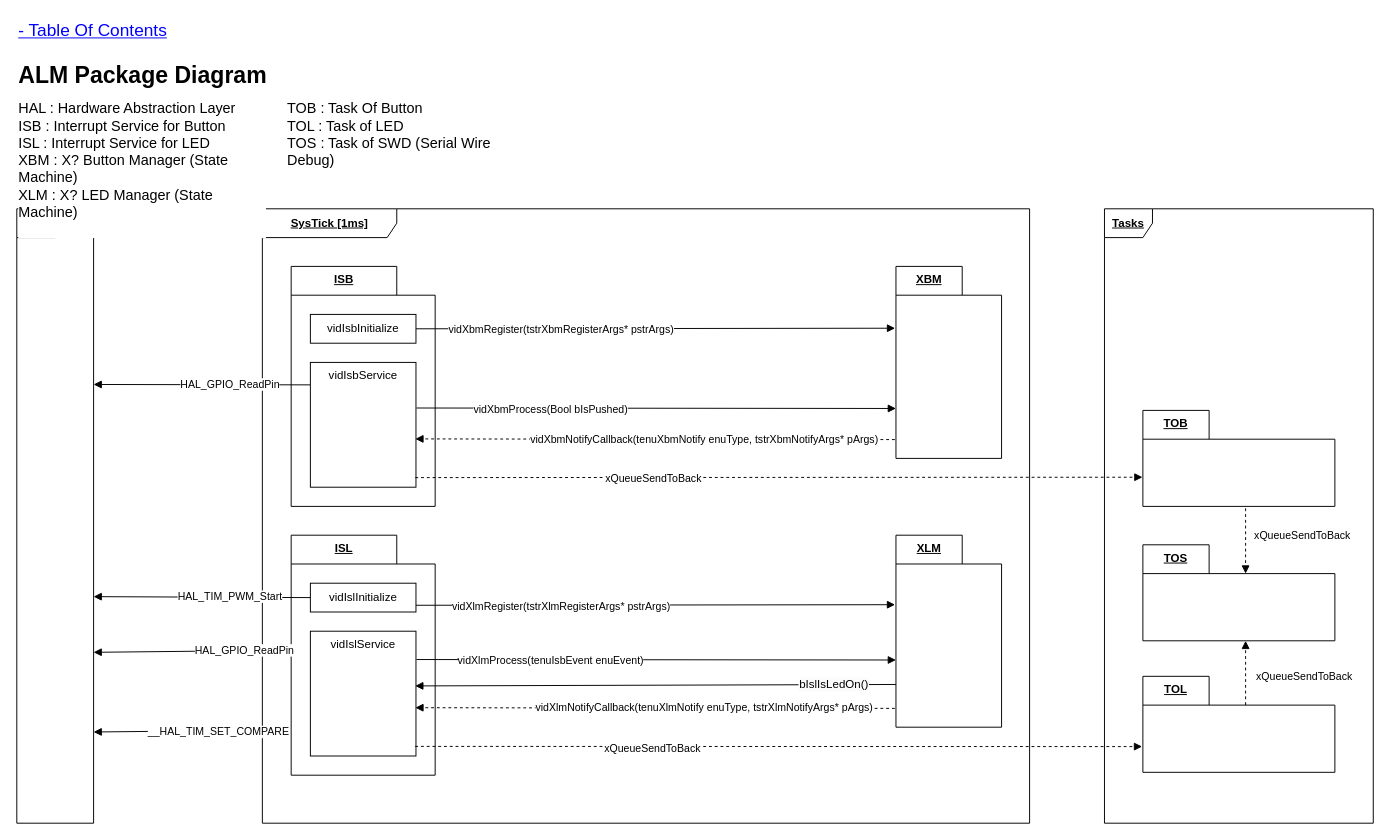
gtuja/CSC_MS keeps this draw.io diagram as page "PackageDiagram" (4 of 16) of Resources/Part2/Part2_ALM_Diagram.drawio. Above is the earlier version. Source tidied: cells renumbered, new cells numbered last; positions are measured from the earlier drawing's top-left corner, leaving out a move shared by most shapes. Both pictures are drawn from the tidied source at 96%, with x=0, y=0 at pixel (16, 16).
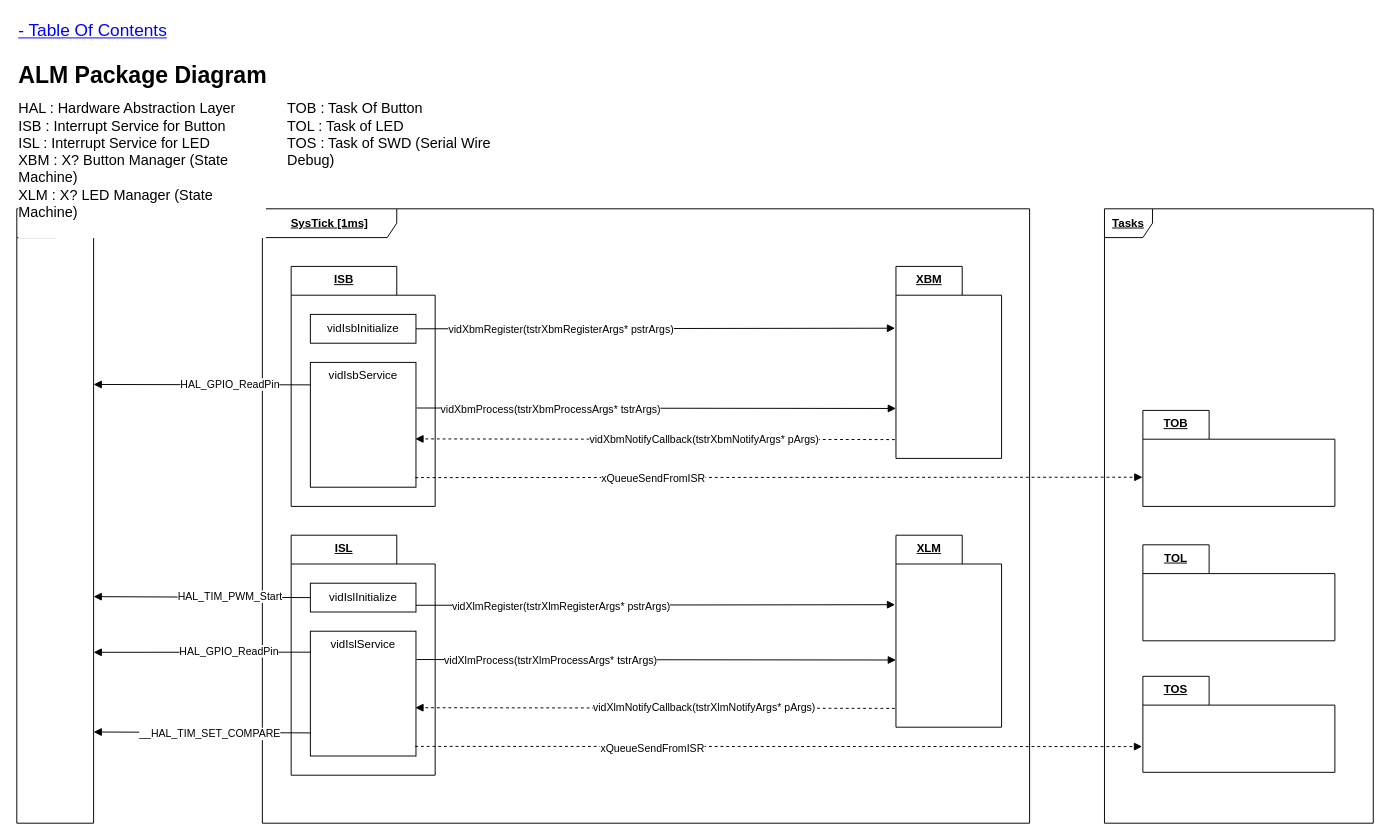
Above is the later version.

Unchanged cells that the change refers to:
```xml
<mxCell id="3" value="SysTick [1ms]" style="shape=umlFrame;whiteSpace=wrap;html=1;width=140;height=30;fontFamily=Calibri;fontStyle=5;" parent="1" vertex="1">
  <mxGeometry x="255.8" y="200" width="799.2" height="640" as="geometry" />
</mxCell>
<mxCell id="10" style="html=1;verticalAlign=bottom;labelBackgroundColor=none;endArrow=block;endFill=1;rounded=0;exitX=1.005;exitY=0.304;exitDx=0;exitDy=0;entryX=0;entryY=0;entryDx=0;entryDy=140;entryPerimeter=0;exitPerimeter=0;fontFamily=Calibri;" parent="3" edge="1">
  <mxGeometry relative="1" as="geometry">
    <mxPoint x="160.5" y="207.5" as="sourcePoint" />
    <mxPoint x="660" y="208" as="targetPoint" />
  </mxGeometry>
</mxCell>
<mxCell id="12" style="html=1;verticalAlign=bottom;labelBackgroundColor=none;endArrow=block;endFill=1;rounded=0;exitX=-0.011;exitY=0.902;exitDx=0;exitDy=0;entryX=0.994;entryY=0.613;entryDx=0;entryDy=0;entryPerimeter=0;exitPerimeter=0;dashed=1;fontFamily=Calibri;" parent="3" edge="1" source="7" target="6">
  <mxGeometry relative="1" as="geometry" />
</mxCell>
<mxCell id="16" value="vidIslService" style="html=1;whiteSpace=wrap;verticalAlign=top;fontFamily=Calibri;" parent="14" vertex="1">
  <mxGeometry x="20" y="100" width="110" height="130" as="geometry" />
</mxCell>
<mxCell id="20" style="html=1;verticalAlign=bottom;labelBackgroundColor=none;endArrow=block;endFill=1;rounded=0;exitX=1.005;exitY=0.304;exitDx=0;exitDy=0;entryX=0;entryY=0;entryDx=0;entryDy=140;entryPerimeter=0;exitPerimeter=0;fontFamily=Calibri;" parent="3" edge="1">
  <mxGeometry relative="1" as="geometry">
    <mxPoint x="160.5" y="469.5" as="sourcePoint" />
    <mxPoint x="660" y="470" as="targetPoint" />
  </mxGeometry>
</mxCell>
<mxCell id="22" style="html=1;verticalAlign=bottom;labelBackgroundColor=none;endArrow=block;endFill=1;rounded=0;exitX=-0.011;exitY=0.902;exitDx=0;exitDy=0;entryX=0.994;entryY=0.613;entryDx=0;entryDy=0;entryPerimeter=0;exitPerimeter=0;dashed=1;fontFamily=Calibri;" parent="3" edge="1" source="17" target="16">
  <mxGeometry relative="1" as="geometry" />
</mxCell>
<mxCell id="24" style="html=1;verticalAlign=bottom;labelBackgroundColor=none;endArrow=block;endFill=1;rounded=0;exitX=0.985;exitY=0.923;exitDx=0;exitDy=0;exitPerimeter=0;dashed=1;entryX=-0.004;entryY=0.732;entryDx=0;entryDy=0;entryPerimeter=0;fontFamily=Calibri;" parent="3" edge="1" target="38">
  <mxGeometry relative="1" as="geometry">
    <mxPoint x="159.2" y="560" as="sourcePoint" />
  </mxGeometry>
</mxCell>
<mxCell id="36" value="Tasks" style="shape=umlFrame;whiteSpace=wrap;html=1;width=50;height=30;fontFamily=Calibri;fontStyle=5;" parent="1" vertex="1">
  <mxGeometry x="1133" y="200" width="280" height="640" as="geometry" />
</mxCell>
<mxCell id="37" value="TOB" style="shape=folder;fontStyle=5;tabWidth=69;tabHeight=30;tabPosition=left;html=1;boundedLbl=1;labelInHeader=1;whiteSpace=wrap;verticalAlign=top;align=center;fontFamily=Calibri;" parent="36" vertex="1">
  <mxGeometry x="40" y="210" width="200" height="100" as="geometry" />
</mxCell>
<mxCell id="44" style="html=1;verticalAlign=bottom;labelBackgroundColor=none;endArrow=block;endFill=1;rounded=0;exitX=0.985;exitY=0.923;exitDx=0;exitDy=0;exitPerimeter=0;dashed=1;entryX=-0.002;entryY=0.696;entryDx=0;entryDy=0;entryPerimeter=0;fontFamily=Calibri;" parent="1" edge="1" target="37">
  <mxGeometry relative="1" as="geometry">
    <mxPoint x="415.1" y="480" as="sourcePoint" />
  </mxGeometry>
</mxCell>
```

The edit, as a diff of the source:
```diff
@@
-    <mxCell id="11" value="vidXbmProcess(Bool bIsPushed)" style="edgeLabel;html=1;align=center;verticalAlign=middle;fontFamily=Calibri;" parent="10" vertex="1">
+    <mxCell id="11" value="vidXbmProcess(tstrXbmProcessArgs* tstrArgs)" style="edgeLabel;html=1;align=center;verticalAlign=middle;fontFamily=Calibri;" parent="10" vertex="1">
       <mxGeometry x="-0.16" y="-1" relative="1" as="geometry">
         <mxPoint x="-71" as="offset" />
       </mxGeometry>
     </mxCell>
@@
-    <mxCell id="13" value="vidXbmNotifyCallback(tenuXbmNotify enuType, tstrXbmNotifyArgs* pArgs)" style="edgeLabel;html=1;align=center;verticalAlign=middle;fontFamily=Calibri;" parent="12" vertex="1">
+    <mxCell id="13" value="vidXbmNotifyCallback(tstrXbmNotifyArgs* pArgs)" style="edgeLabel;html=1;align=center;verticalAlign=middle;fontFamily=Calibri;" parent="12" vertex="1">
       <mxGeometry x="-0.16" y="-1" relative="1" as="geometry">
         <mxPoint x="11" as="offset" />
       </mxGeometry>
     </mxCell>
@@
-    <mxCell id="21" value="vidXlmProcess(tenuIsbEvent enuEvent)" style="edgeLabel;html=1;align=center;verticalAlign=middle;fontFamily=Calibri;" parent="20" vertex="1">
+    <mxCell id="21" value="vidXlmProcess(tstrXlmProcessArgs* tstrArgs)" style="edgeLabel;html=1;align=center;verticalAlign=middle;fontFamily=Calibri;" parent="20" vertex="1">
       <mxGeometry x="-0.16" y="-1" relative="1" as="geometry">
         <mxPoint x="-71" as="offset" />
       </mxGeometry>
     </mxCell>
@@
-    <mxCell id="23" value="vidXlmNotifyCallback(tenuXlmNotify enuType, tstrXlmNotifyArgs* pArgs)" style="edgeLabel;html=1;align=center;verticalAlign=middle;fontFamily=Calibri;" parent="22" vertex="1">
+    <mxCell id="23" value="vidXlmNotifyCallback(tstrXlmNotifyArgs* pArgs)" style="edgeLabel;html=1;align=center;verticalAlign=middle;fontFamily=Calibri;" parent="22" vertex="1">
       <mxGeometry x="-0.16" y="-1" relative="1" as="geometry">
         <mxPoint x="11" as="offset" />
       </mxGeometry>
     </mxCell>
@@
-    <mxCell id="25" value="xQueueSendToBack" style="edgeLabel;html=1;align=center;verticalAlign=middle;fontFamily=Calibri;" parent="24" vertex="1">
+    <mxCell id="25" value="xQueueSendFromISR" style="edgeLabel;html=1;align=center;verticalAlign=middle;fontFamily=Calibri;" parent="24" vertex="1">
       <mxGeometry x="-0.16" y="-1" relative="1" as="geometry">
         <mxPoint x="-71" as="offset" />
       </mxGeometry>
     </mxCell>
-    <mxCell id="26" style="html=1;verticalAlign=bottom;labelBackgroundColor=none;endArrow=block;endFill=1;rounded=0;exitX=0;exitY=0;exitDx=0;exitDy=157.5;exitPerimeter=0;fontFamily=Calibri;entryX=0.993;entryY=0.454;entryDx=0;entryDy=0;entryPerimeter=0;" parent="3" edge="1">
-      <mxGeometry relative="1" as="geometry">
-        <mxPoint x="660" y="495.5" as="sourcePoint" />
-        <mxPoint x="159.2" y="497" as="targetPoint" />
-      </mxGeometry>
-    </mxCell>
-    <mxCell id="27" value="&lt;span style=&quot;font-size: 12px; text-align: left; background-color: rgb(251, 251, 251);&quot;&gt;bIslIsLedOn()&lt;/span&gt;" style="edgeLabel;html=1;align=center;verticalAlign=middle;fontFamily=Calibri;" parent="26" vertex="1">
-      <mxGeometry x="-0.16" y="-1" relative="1" as="geometry">
-        <mxPoint x="145" as="offset" />
-      </mxGeometry>
-    </mxCell>
@@
-    <mxCell id="32" style="html=1;verticalAlign=bottom;labelBackgroundColor=none;endArrow=block;endFill=1;rounded=0;exitX=0;exitY=0.194;exitDx=0;exitDy=0;entryX=1.005;entryY=0.271;entryDx=0;entryDy=0;entryPerimeter=0;exitPerimeter=0;fontFamily=Calibri;" parent="1" edge="1">
+    <mxCell id="32" style="html=1;verticalAlign=bottom;labelBackgroundColor=none;endArrow=block;endFill=1;rounded=0;exitX=0.005;exitY=0.168;exitDx=0;exitDy=0;entryX=1.005;entryY=0.271;entryDx=0;entryDy=0;entryPerimeter=0;exitPerimeter=0;fontFamily=Calibri;" parent="1" edge="1" source="16">
       <mxGeometry relative="1" as="geometry">
-        <mxPoint x="271" y="660" as="sourcePoint" />
         <mxPoint x="80" y="662" as="targetPoint" />
       </mxGeometry>
     </mxCell>
     <mxCell id="33" value="HAL_GPIO_ReadPin" style="edgeLabel;html=1;align=center;verticalAlign=middle;fontFamily=Calibri;" parent="32" vertex="1">
       <mxGeometry x="-0.16" y="-1" relative="1" as="geometry">
-        <mxPoint x="46" as="offset" />
+        <mxPoint x="9" as="offset" />
       </mxGeometry>
     </mxCell>
-    <mxCell id="34" style="html=1;verticalAlign=bottom;labelBackgroundColor=none;endArrow=block;endFill=1;rounded=0;exitX=0;exitY=0.194;exitDx=0;exitDy=0;entryX=1.005;entryY=0.271;entryDx=0;entryDy=0;entryPerimeter=0;exitPerimeter=0;fontFamily=Calibri;" parent="1" edge="1">
+    <mxCell id="34" style="html=1;verticalAlign=bottom;labelBackgroundColor=none;endArrow=block;endFill=1;rounded=0;exitX=0.002;exitY=0.815;exitDx=0;exitDy=0;entryX=1.005;entryY=0.271;entryDx=0;entryDy=0;entryPerimeter=0;exitPerimeter=0;fontFamily=Calibri;" parent="1" edge="1" source="16">
       <mxGeometry relative="1" as="geometry">
-        <mxPoint x="271" y="743" as="sourcePoint" />
         <mxPoint x="80" y="745" as="targetPoint" />
       </mxGeometry>
     </mxCell>
     <mxCell id="35" value="__HAL_TIM_SET_COMPARE" style="edgeLabel;html=1;align=center;verticalAlign=middle;fontFamily=Calibri;" parent="34" vertex="1">
       <mxGeometry x="-0.16" y="-1" relative="1" as="geometry">
-        <mxPoint x="19" y="2" as="offset" />
+        <mxPoint x="-11" y="2" as="offset" />
       </mxGeometry>
     </mxCell>
@@
-    <mxCell id="38" value="TOL" style="shape=folder;fontStyle=5;tabWidth=69;tabHeight=30;tabPosition=left;html=1;boundedLbl=1;labelInHeader=1;whiteSpace=wrap;verticalAlign=top;align=center;fontFamily=Calibri;" parent="36" vertex="1">
+    <mxCell id="38" value="TOS" style="shape=folder;fontStyle=5;tabWidth=69;tabHeight=30;tabPosition=left;html=1;boundedLbl=1;labelInHeader=1;whiteSpace=wrap;verticalAlign=top;align=center;fontFamily=Calibri;" parent="36" vertex="1">
       <mxGeometry x="40" y="487" width="200" height="100" as="geometry" />
     </mxCell>
-    <mxCell id="39" value="TOS" style="shape=folder;fontStyle=5;tabWidth=69;tabHeight=30;tabPosition=left;html=1;boundedLbl=1;labelInHeader=1;whiteSpace=wrap;verticalAlign=top;align=center;fontFamily=Calibri;" parent="36" vertex="1">
+    <mxCell id="39" value="TOL" style="shape=folder;fontStyle=5;tabWidth=69;tabHeight=30;tabPosition=left;html=1;boundedLbl=1;labelInHeader=1;whiteSpace=wrap;verticalAlign=top;align=center;fontFamily=Calibri;" parent="36" vertex="1">
       <mxGeometry x="40" y="350" width="200" height="100" as="geometry" />
     </mxCell>
-    <mxCell id="40" style="html=1;verticalAlign=bottom;labelBackgroundColor=none;endArrow=block;endFill=1;rounded=0;dashed=1;entryX=0.5;entryY=1;entryDx=0;entryDy=0;entryPerimeter=0;exitX=0.535;exitY=0.299;exitDx=0;exitDy=0;exitPerimeter=0;fontFamily=Calibri;" parent="39" edge="1" source="38">
-      <mxGeometry relative="1" as="geometry">
-        <mxPoint x="107" y="100" as="targetPoint" />
-      </mxGeometry>
-    </mxCell>
-    <mxCell id="41" value="xQueueSendToBack" style="edgeLabel;html=1;align=center;verticalAlign=middle;fontFamily=Calibri;" parent="40" vertex="1">
-      <mxGeometry x="-0.16" y="-1" relative="1" as="geometry">
-        <mxPoint x="59" y="-2" as="offset" />
-      </mxGeometry>
-    </mxCell>
-    <mxCell id="42" style="html=1;verticalAlign=bottom;labelBackgroundColor=none;endArrow=block;endFill=1;rounded=0;dashed=1;exitX=0.535;exitY=1.02;exitDx=0;exitDy=0;exitPerimeter=0;fontFamily=Calibri;" parent="36" edge="1" source="37">
-      <mxGeometry relative="1" as="geometry">
-        <mxPoint x="147" y="380" as="targetPoint" />
-      </mxGeometry>
-    </mxCell>
-    <mxCell id="43" value="xQueueSendToBack" style="edgeLabel;html=1;align=center;verticalAlign=middle;fontFamily=Calibri;" parent="42" vertex="1">
-      <mxGeometry x="-0.16" y="-1" relative="1" as="geometry">
-        <mxPoint x="59" y="-2" as="offset" />
-      </mxGeometry>
-    </mxCell>
@@
-    <mxCell id="45" value="xQueueSendToBack" style="edgeLabel;html=1;align=center;verticalAlign=middle;fontFamily=Calibri;" parent="44" vertex="1">
+    <mxCell id="45" value="xQueueSendFromISR" style="edgeLabel;html=1;align=center;verticalAlign=middle;fontFamily=Calibri;" parent="44" vertex="1">
       <mxGeometry x="-0.16" y="-1" relative="1" as="geometry">
         <mxPoint x="-71" as="offset" />
       </mxGeometry>
     </mxCell>
```
